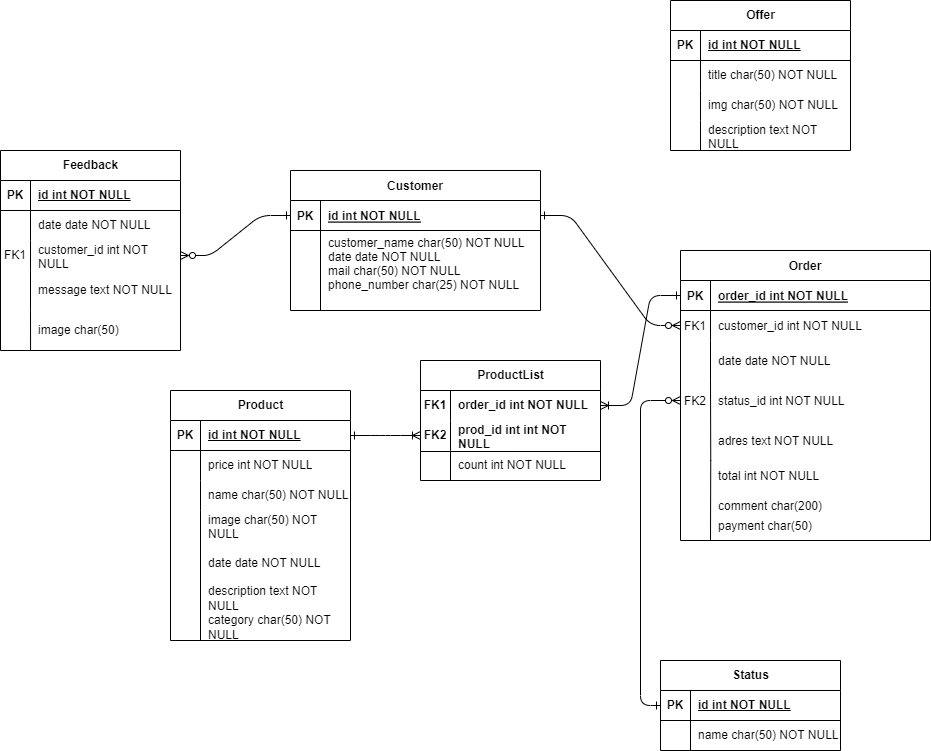
Gunf1ghterr/food-store keeps this draw.io diagram as diagrams/ERD.png. Above is the earlier version. Source tidied: cells renumbered, new cells last; positions are measured from the earlier drawing's top-left corner, leaving out a move shared by most shapes.
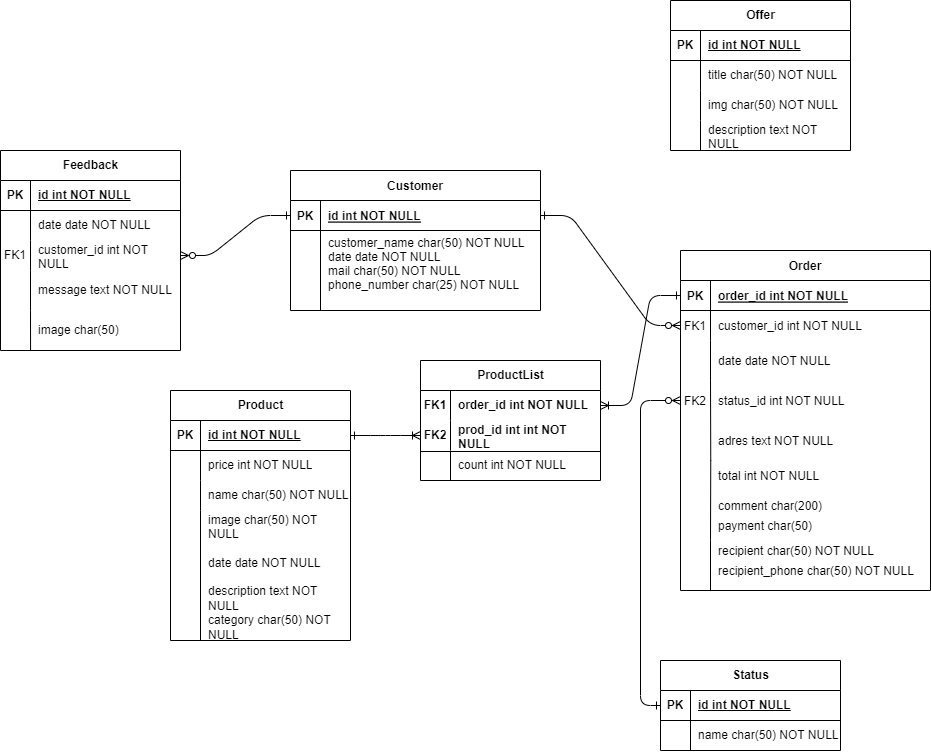
After the commit.

The edit, as a diff of the source:
```diff
@@ -6,7 +6,7 @@
       <mxGeometry relative="1" as="geometry" />
     </mxCell>
     <mxCell id="3" value="Order" style="shape=table;startSize=30;rowLines=0;fontStyle=1;align=center;" parent="1" vertex="1">
-      <mxGeometry x="680" y="250" width="250" height="290" as="geometry" />
+      <mxGeometry x="680" y="250" width="250" height="340" as="geometry" />
     </mxCell>
     <mxCell id="4" style="shape=partialRectangle;fillColor=none;points=[[0,0.5],[1,0.5]];portConstraint=eastwest;top=0;left=0;right=0;bottom=1;" parent="3" vertex="1">
       <mxGeometry y="30" width="250" height="30" as="geometry" />
@@ -318,5 +318,29 @@
     <mxCell id="101" value="comment char(200)" style="shape=partialRectangle;overflow=hidden;fillColor=none;top=0;left=0;bottom=0;right=0;align=left;spacingLeft=6;" parent="1" vertex="1">
       <mxGeometry x="710" y="490" width="220" height="30" as="geometry" />
     </mxCell>
+    <mxCell id="102" style="shape=partialRectangle;fillColor=none;top=0;left=0;right=0;bottom=0;" parent="1" vertex="1">
+      <mxGeometry x="680" y="540" width="250" height="25" as="geometry" />
+    </mxCell>
+    <mxCell id="103" style="shape=partialRectangle;overflow=hidden;fillColor=none;top=0;left=0;bottom=0;right=0;" parent="102" vertex="1">
+      <mxGeometry width="30" height="25" as="geometry" />
+    </mxCell>
+    <mxCell id="104" value="recipient char(50) NOT NULL" style="shape=partialRectangle;overflow=hidden;fillColor=none;top=0;left=0;bottom=0;right=0;align=left;spacingLeft=6;" parent="102" vertex="1">
+      <mxGeometry x="30" width="220" height="20" as="geometry" />
+    </mxCell>
+    <mxCell id="105" style="shape=partialRectangle;fillColor=none;top=0;left=0;right=0;bottom=0;" parent="1" vertex="1">
+      <mxGeometry x="680" y="560" width="250" height="25" as="geometry" />
+    </mxCell>
+    <mxCell id="106" style="shape=partialRectangle;overflow=hidden;fillColor=none;top=0;left=0;bottom=0;right=0;" parent="105" vertex="1">
+      <mxGeometry width="30" height="25" as="geometry" />
+    </mxCell>
+    <mxCell id="107" value="recipient_phone char(50) NOT NULL" style="shape=partialRectangle;overflow=hidden;fillColor=none;top=0;left=0;bottom=0;right=0;align=left;spacingLeft=6;" parent="105" vertex="1">
+      <mxGeometry x="30" width="220" height="20" as="geometry" />
+    </mxCell>
+    <mxCell id="108" style="endArrow=none;html=1;rounded=0;" parent="1" edge="1">
+      <mxGeometry relative="1" as="geometry">
+        <mxPoint x="710" y="590" as="sourcePoint" />
+        <mxPoint x="710" y="540" as="targetPoint" />
+      </mxGeometry>
+    </mxCell>
   </root>
 </mxGraphModel>
```
